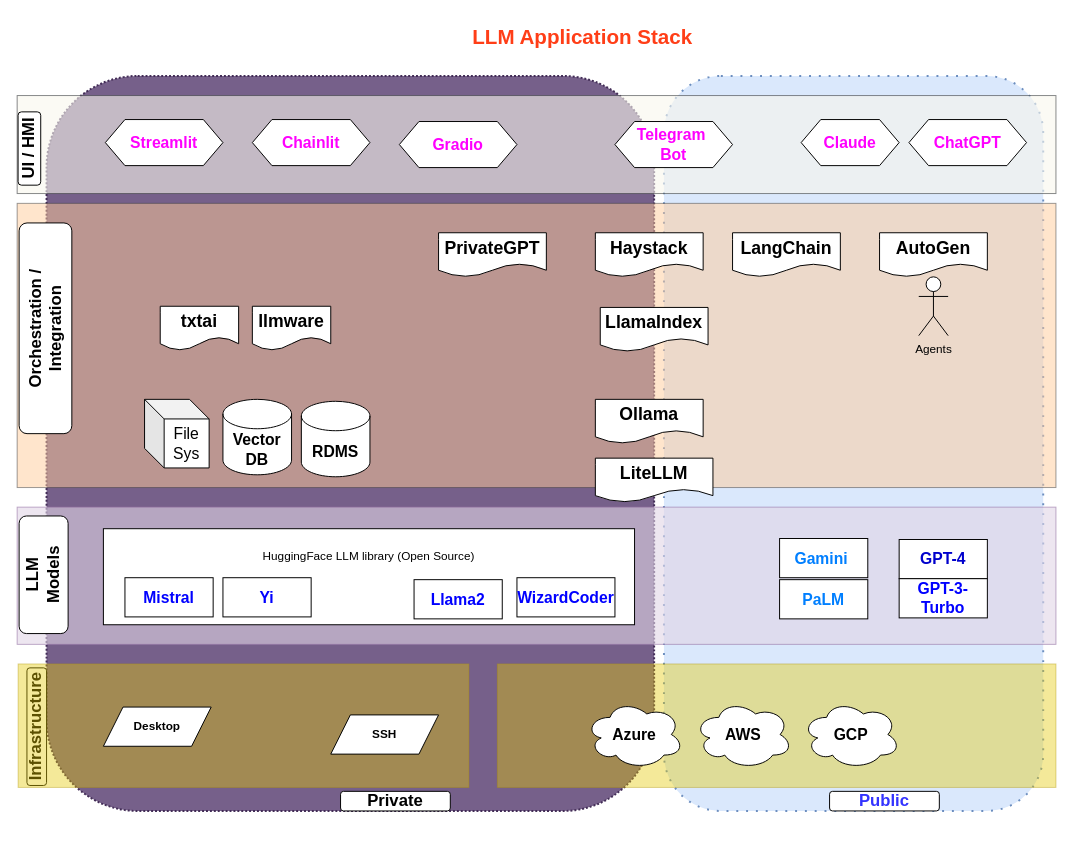
Above: docs/LLM-App-Stack.drawio in gongwork/st_rag (draw.io), before the change. Source tidied: cells renumbered, new cells numbered last; positions are measured from the earlier drawing's top-left corner, leaving out a move shared by most shapes. Both pictures are drawn from the tidied source at 98%, with x=0, y=0 at pixel (-61, 17).
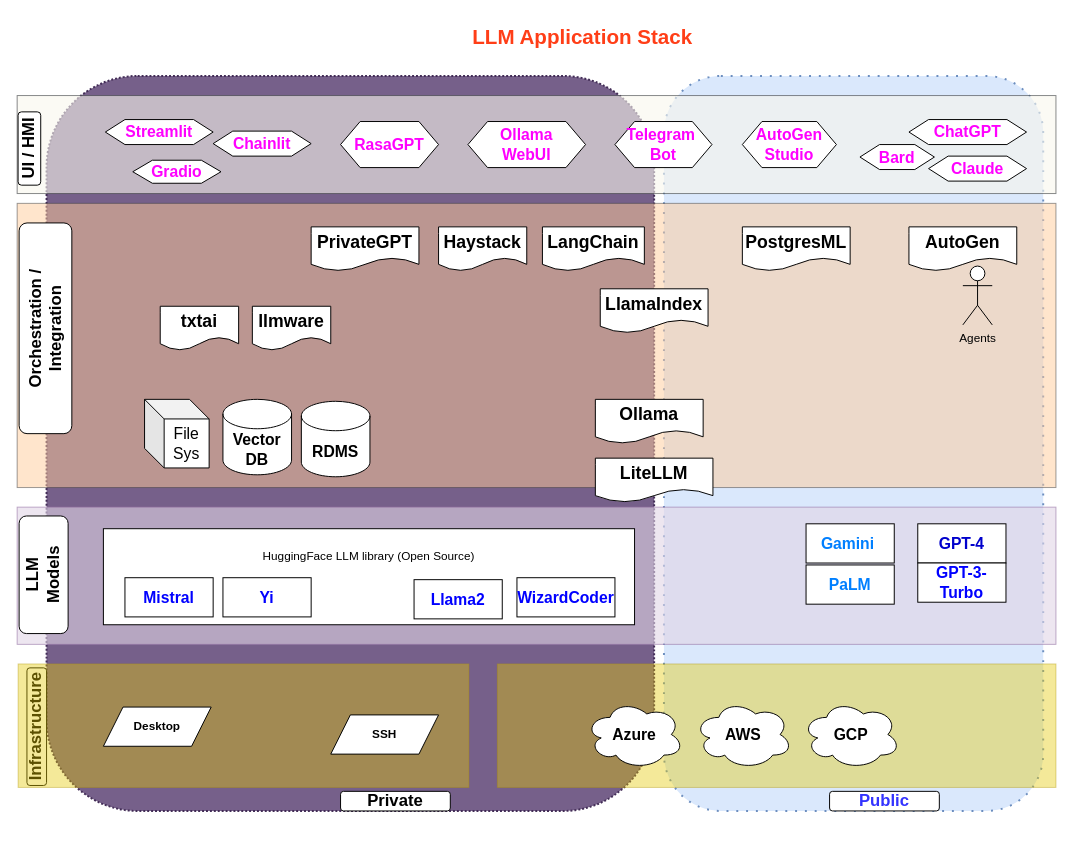
The same page after the edit.

Commit message (it also covers changes not shown here):
add postgresml/rasagpt/ollama-webui

Unchanged cells that the change refers to:
```xml
<mxCell id="2" style="group;" parent="1" vertex="1">
  <mxGeometry x="79" width="1070" height="840" as="geometry" />
</mxCell>
```

What changed in the source:
```diff
@@
     <mxCell id="18" value="&lt;font color=&quot;#007fff&quot; style=&quot;font-size: 16px;&quot;&gt;&lt;b&gt;Gamini&amp;nbsp;&lt;/b&gt;&lt;/font&gt;" style="rounded=0;whiteSpace=wrap;html=1;" parent="2" vertex="1">
-      <mxGeometry x="778" y="532" width="90" height="40" as="geometry" />
+      <mxGeometry x="805" y="517" width="90" height="40" as="geometry" />
     </mxCell>
     <mxCell id="19" value="&lt;span style=&quot;font-size: 16px;&quot;&gt;&lt;b&gt;&lt;font color=&quot;#0000cc&quot;&gt;GPT-4&lt;/font&gt;&lt;/b&gt;&lt;/span&gt;" style="rounded=0;whiteSpace=wrap;html=1;" parent="2" vertex="1">
-      <mxGeometry x="900" y="533" width="90" height="40" as="geometry" />
+      <mxGeometry x="919" y="517" width="90" height="40" as="geometry" />
     </mxCell>
     <mxCell id="20" value="&lt;span style=&quot;font-size: 16px;&quot;&gt;&lt;b&gt;&lt;font color=&quot;#0000ff&quot;&gt;GPT-3-Turbo&lt;/font&gt;&lt;/b&gt;&lt;/span&gt;" style="rounded=0;whiteSpace=wrap;html=1;" parent="2" vertex="1">
-      <mxGeometry x="900" y="573" width="90" height="40" as="geometry" />
+      <mxGeometry x="919" y="557" width="90" height="40" as="geometry" />
     </mxCell>
     <mxCell id="21" value="&lt;font color=&quot;#007fff&quot; style=&quot;font-size: 16px;&quot;&gt;&lt;b&gt;PaLM&lt;/b&gt;&lt;/font&gt;" style="rounded=0;whiteSpace=wrap;html=1;" parent="2" vertex="1">
-      <mxGeometry x="778" y="574" width="90" height="40" as="geometry" />
+      <mxGeometry x="805" y="559" width="90" height="40" as="geometry" />
     </mxCell>
@@
     <mxCell id="25" value="&lt;font style=&quot;font-size: 18px;&quot;&gt;&lt;b&gt;Haystack&lt;/b&gt;&lt;/font&gt;" style="shape=document;whiteSpace=wrap;html=1;boundedLbl=1;" parent="2" vertex="1">
-      <mxGeometry x="590" y="220" width="110" height="45" as="geometry" />
+      <mxGeometry x="430" y="214" width="90" height="45" as="geometry" />
     </mxCell>
     <mxCell id="26" value="&lt;font style=&quot;font-size: 18px;&quot;&gt;&lt;b&gt;PrivateGPT&lt;/b&gt;&lt;/font&gt;" style="shape=document;whiteSpace=wrap;html=1;boundedLbl=1;" parent="2" vertex="1">
-      <mxGeometry x="430" y="220" width="110" height="45" as="geometry" />
+      <mxGeometry x="300" y="214" width="110" height="45" as="geometry" />
     </mxCell>
     <mxCell id="27" value="&lt;font style=&quot;font-size: 18px;&quot;&gt;&lt;b&gt;LangChain&lt;/b&gt;&lt;/font&gt;" style="shape=document;whiteSpace=wrap;html=1;boundedLbl=1;" parent="2" vertex="1">
-      <mxGeometry x="730" y="220" width="110" height="45" as="geometry" />
+      <mxGeometry x="536" y="214" width="104" height="45" as="geometry" />
     </mxCell>
     <mxCell id="28" value="&lt;font style=&quot;font-size: 18px;&quot;&gt;&lt;b&gt;AutoGen&lt;/b&gt;&lt;/font&gt;" style="shape=document;whiteSpace=wrap;html=1;boundedLbl=1;" parent="2" vertex="1">
-      <mxGeometry x="880" y="220" width="110" height="45" as="geometry" />
+      <mxGeometry x="910" y="214" width="110" height="45" as="geometry" />
     </mxCell>
     <mxCell id="29" value="&lt;font style=&quot;font-size: 18px;&quot;&gt;&lt;b&gt;LlamaIndex&lt;/b&gt;&lt;/font&gt;" style="shape=document;whiteSpace=wrap;html=1;boundedLbl=1;" parent="2" vertex="1">
-      <mxGeometry x="595" y="296.2" width="110" height="45" as="geometry" />
+      <mxGeometry x="595" y="277.2" width="110" height="45" as="geometry" />
     </mxCell>
@@
     <mxCell id="34" value="Agents" style="shape=umlActor;verticalLabelPosition=bottom;verticalAlign=top;html=1;" parent="2" vertex="1">
-      <mxGeometry x="920" y="265" width="30" height="60" as="geometry" />
+      <mxGeometry x="965" y="254" width="30" height="60" as="geometry" />
     </mxCell>
@@
     <mxCell id="36" value="&lt;font color=&quot;#ff00ff&quot; style=&quot;font-size: 16px;&quot;&gt;&lt;b&gt;Streamlit&lt;/b&gt;&lt;/font&gt;" style="shape=hexagon;perimeter=hexagonPerimeter2;whiteSpace=wrap;html=1;fixedSize=1;" parent="2" vertex="1">
-      <mxGeometry x="90" y="104.5" width="120" height="47" as="geometry" />
+      <mxGeometry x="90" y="104.5" width="110" height="25.5" as="geometry" />
     </mxCell>
     <mxCell id="37" value="&lt;font color=&quot;#ff00ff&quot; style=&quot;font-size: 16px;&quot;&gt;&lt;b&gt;Chainlit&lt;/b&gt;&lt;/font&gt;" style="shape=hexagon;perimeter=hexagonPerimeter2;whiteSpace=wrap;html=1;fixedSize=1;" parent="2" vertex="1">
-      <mxGeometry x="240" y="104.5" width="120" height="47" as="geometry" />
+      <mxGeometry x="200" y="116.3" width="100" height="25.5" as="geometry" />
     </mxCell>
     <mxCell id="38" value="&lt;font color=&quot;#ff00ff&quot; style=&quot;font-size: 16px;&quot;&gt;&lt;b&gt;Gradio&lt;/b&gt;&lt;/font&gt;" style="shape=hexagon;perimeter=hexagonPerimeter2;whiteSpace=wrap;html=1;fixedSize=1;" parent="2" vertex="1">
-      <mxGeometry x="390" y="106.5" width="120" height="47" as="geometry" />
+      <mxGeometry x="118" y="146" width="90" height="23.5" as="geometry" />
     </mxCell>
     <mxCell id="39" value="&lt;font color=&quot;#ff00ff&quot; style=&quot;font-size: 16px;&quot;&gt;&lt;b&gt;ChatGPT&lt;/b&gt;&lt;/font&gt;" style="shape=hexagon;perimeter=hexagonPerimeter2;whiteSpace=wrap;html=1;fixedSize=1;" parent="2" vertex="1">
-      <mxGeometry x="910" y="104.5" width="120" height="47" as="geometry" />
+      <mxGeometry x="910" y="104.5" width="120" height="25.5" as="geometry" />
     </mxCell>
     <mxCell id="40" value="&lt;font color=&quot;#ff00ff&quot; style=&quot;font-size: 16px;&quot;&gt;&lt;b&gt;Claude&lt;/b&gt;&lt;/font&gt;" style="shape=hexagon;perimeter=hexagonPerimeter2;whiteSpace=wrap;html=1;fixedSize=1;" parent="2" vertex="1">
-      <mxGeometry x="800" y="104.5" width="100" height="47" as="geometry" />
+      <mxGeometry x="930" y="141.8" width="100" height="25.5" as="geometry" />
     </mxCell>
     <mxCell id="41" value="&lt;font color=&quot;#ff00ff&quot; style=&quot;font-size: 16px;&quot;&gt;&lt;b&gt;Telegram&amp;nbsp;&lt;br&gt;Bot&lt;br&gt;&lt;/b&gt;&lt;/font&gt;" style="shape=hexagon;perimeter=hexagonPerimeter2;whiteSpace=wrap;html=1;fixedSize=1;" parent="2" vertex="1">
-      <mxGeometry x="610" y="106.5" width="120" height="47" as="geometry" />
+      <mxGeometry x="610" y="106.5" width="99" height="47" as="geometry" />
     </mxCell>
@@
+    <mxCell id="50" value="&lt;font color=&quot;#ff00ff&quot; style=&quot;font-size: 16px;&quot;&gt;&lt;b&gt;AutoGen&lt;br&gt;Studio&lt;br&gt;&lt;/b&gt;&lt;/font&gt;" style="shape=hexagon;perimeter=hexagonPerimeter2;whiteSpace=wrap;html=1;fixedSize=1;" parent="2" vertex="1">
+      <mxGeometry x="740" y="106.5" width="96" height="47" as="geometry" />
+    </mxCell>
+    <mxCell id="51" value="&lt;font color=&quot;#ff00ff&quot; style=&quot;font-size: 16px;&quot;&gt;&lt;b&gt;Ollama &lt;br&gt;WebUI&lt;br&gt;&lt;/b&gt;&lt;/font&gt;" style="shape=hexagon;perimeter=hexagonPerimeter2;whiteSpace=wrap;html=1;fixedSize=1;" parent="2" vertex="1">
+      <mxGeometry x="460" y="106.5" width="120" height="47" as="geometry" />
+    </mxCell>
+    <mxCell id="52" value="&lt;font color=&quot;#ff00ff&quot; style=&quot;font-size: 16px;&quot;&gt;&lt;b&gt;RasaGPT&lt;br&gt;&lt;/b&gt;&lt;/font&gt;" style="shape=hexagon;perimeter=hexagonPerimeter2;whiteSpace=wrap;html=1;fixedSize=1;" parent="2" vertex="1">
+      <mxGeometry x="330" y="106.5" width="100" height="47" as="geometry" />
+    </mxCell>
+    <mxCell id="53" value="&lt;font color=&quot;#ff00ff&quot; style=&quot;font-size: 16px;&quot;&gt;&lt;b&gt;Bard&lt;/b&gt;&lt;/font&gt;" style="shape=hexagon;perimeter=hexagonPerimeter2;whiteSpace=wrap;html=1;fixedSize=1;" parent="2" vertex="1">
+      <mxGeometry x="860" y="130" width="76" height="25.5" as="geometry" />
+    </mxCell>
+    <mxCell id="54" value="&lt;font style=&quot;font-size: 18px;&quot;&gt;&lt;b&gt;PostgresML&lt;/b&gt;&lt;/font&gt;" style="shape=document;whiteSpace=wrap;html=1;boundedLbl=1;" parent="2" vertex="1">
+      <mxGeometry x="740" y="214" width="110" height="45" as="geometry" />
+    </mxCell>
```
